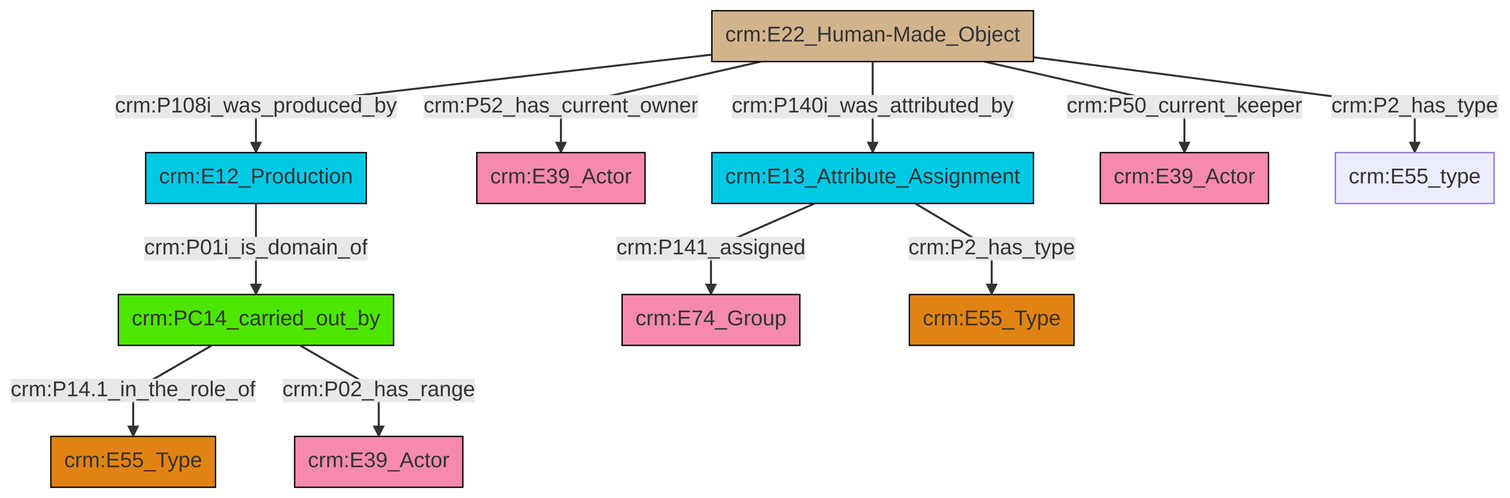
The Mermaid diagram et/artworkCSV/ttl/mmd/png/Artwork_Actor_Relations.png in swiss-art-research-net/docs.swissartresearch, before a commit. Its source is kept beside it as et/artworkCSV/ttl/mmd/Artwork_Actor_Relations.ttl.mmd.
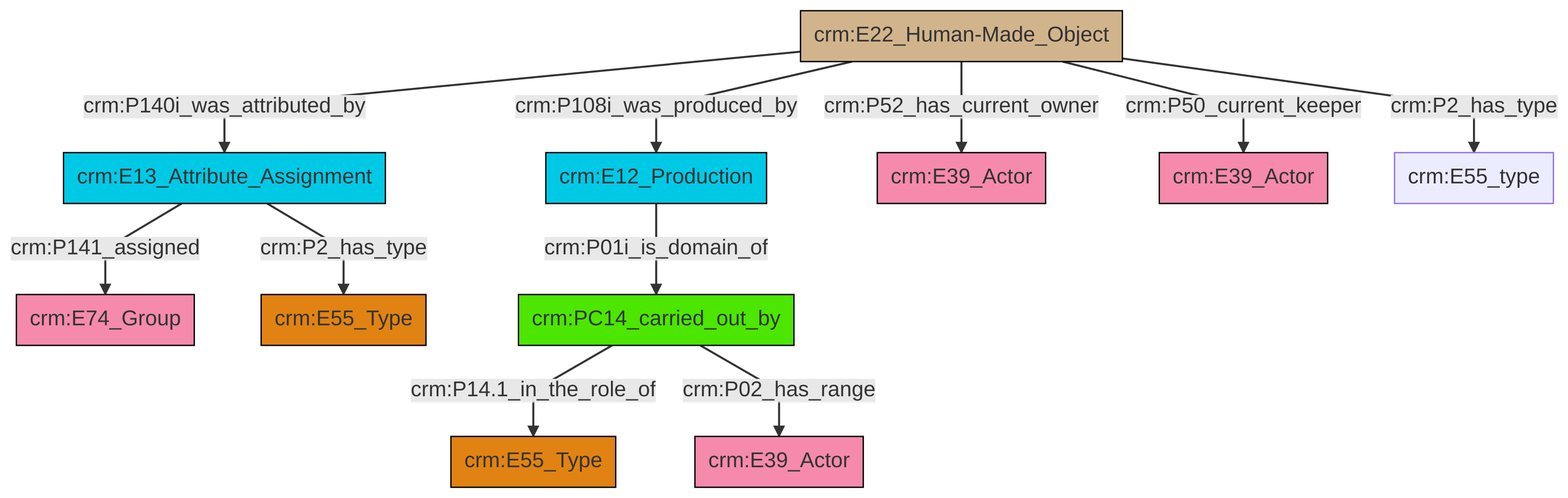
Above is the later version.

What changed in the source:
```diff
@@ -13,13 +13,13 @@
 classDef PC_Classes fill:#4ce600, stroke:#000000;
 classDef Multi fill:#cccccc,stroke:#000000;
 
-2["crm:E22_Human-Made_Object"]:::Physical_Thing -->|crm:P52_has_current_owner| 3["crm:E39_Actor"]:::Actor
-4["crm:PC14_carried_out_by"]:::PC_Classes -->|crm:P14.1_in_the_role_of| 5["crm:E55_Type"]:::Type
-9["crm:E13_Attribute_Assignment"]:::Temporal_Entity -->|crm:P141_assigned| 10["crm:E74_Group"]:::Actor
-9["crm:E13_Attribute_Assignment"]:::Temporal_Entity -->|crm:P2_has_type| 11["crm:E55_Type"]:::Type
-2["crm:E22_Human-Made_Object"]:::Physical_Thing -->|crm:P108i_was_produced_by| 0["crm:E12_Production"]:::Temporal_Entity
-2["crm:E22_Human-Made_Object"]:::Physical_Thing -->|crm:P140i_was_attributed_by| 9["crm:E13_Attribute_Assignment"]:::Temporal_Entity
-2["crm:E22_Human-Made_Object"]:::Physical_Thing -->|crm:P2_has_type| 16["crm:E55_type"]:::Default
-4["crm:PC14_carried_out_by"]:::PC_Classes -->|crm:P02_has_range| 6["crm:E39_Actor"]:::Actor
-2["crm:E22_Human-Made_Object"]:::Physical_Thing -->|crm:P50_current_keeper| 12["crm:E39_Actor"]:::Actor
-0["crm:E12_Production"]:::Temporal_Entity -->|crm:P01i_is_domain_of| 4["crm:PC14_carried_out_by"]:::PC_Classes
+0["crm:E22_Human-Made_Object"]:::Physical_Thing -->|crm:P140i_was_attributed_by| 1["crm:E13_Attribute_Assignment"]:::Temporal_Entity
+0["crm:E22_Human-Made_Object"]:::Physical_Thing -->|crm:P108i_was_produced_by| 3["crm:E12_Production"]:::Temporal_Entity
+1["crm:E13_Attribute_Assignment"]:::Temporal_Entity -->|crm:P141_assigned| 4["crm:E74_Group"]:::Actor
+5["crm:PC14_carried_out_by"]:::PC_Classes -->|crm:P14.1_in_the_role_of| 6["crm:E55_Type"]:::Type
+0["crm:E22_Human-Made_Object"]:::Physical_Thing -->|crm:P52_has_current_owner| 8["crm:E39_Actor"]:::Actor
+3["crm:E12_Production"]:::Temporal_Entity -->|crm:P01i_is_domain_of| 5["crm:PC14_carried_out_by"]:::PC_Classes
+5["crm:PC14_carried_out_by"]:::PC_Classes -->|crm:P02_has_range| 12["crm:E39_Actor"]:::Actor
+0["crm:E22_Human-Made_Object"]:::Physical_Thing -->|crm:P50_current_keeper| 10["crm:E39_Actor"]:::Actor
+1["crm:E13_Attribute_Assignment"]:::Temporal_Entity -->|crm:P2_has_type| 15["crm:E55_Type"]:::Type
+0["crm:E22_Human-Made_Object"]:::Physical_Thing -->|crm:P2_has_type| 17["crm:E55_type"]:::Default
```
